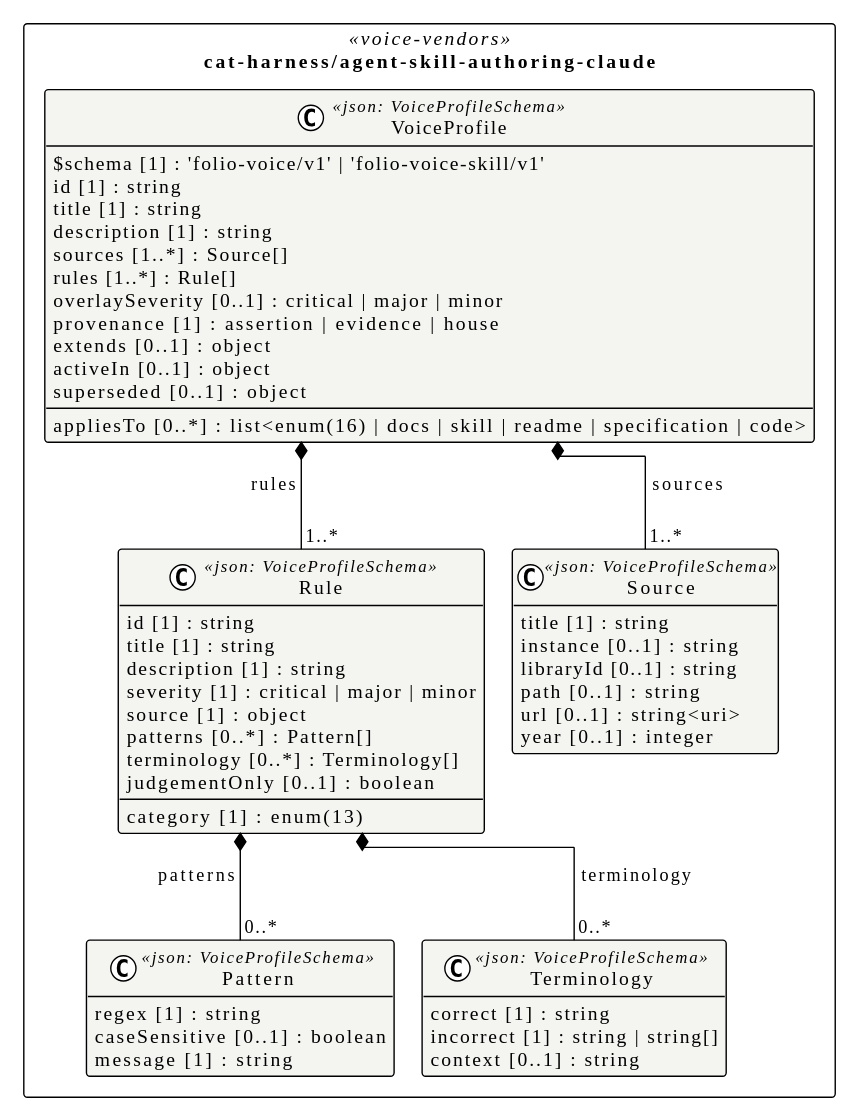
The PlantUML diagram assets/img/uml/overview/cat-harness/agent-skill-authoring-claude.svg in litlfred/smart-trust, before a commit.
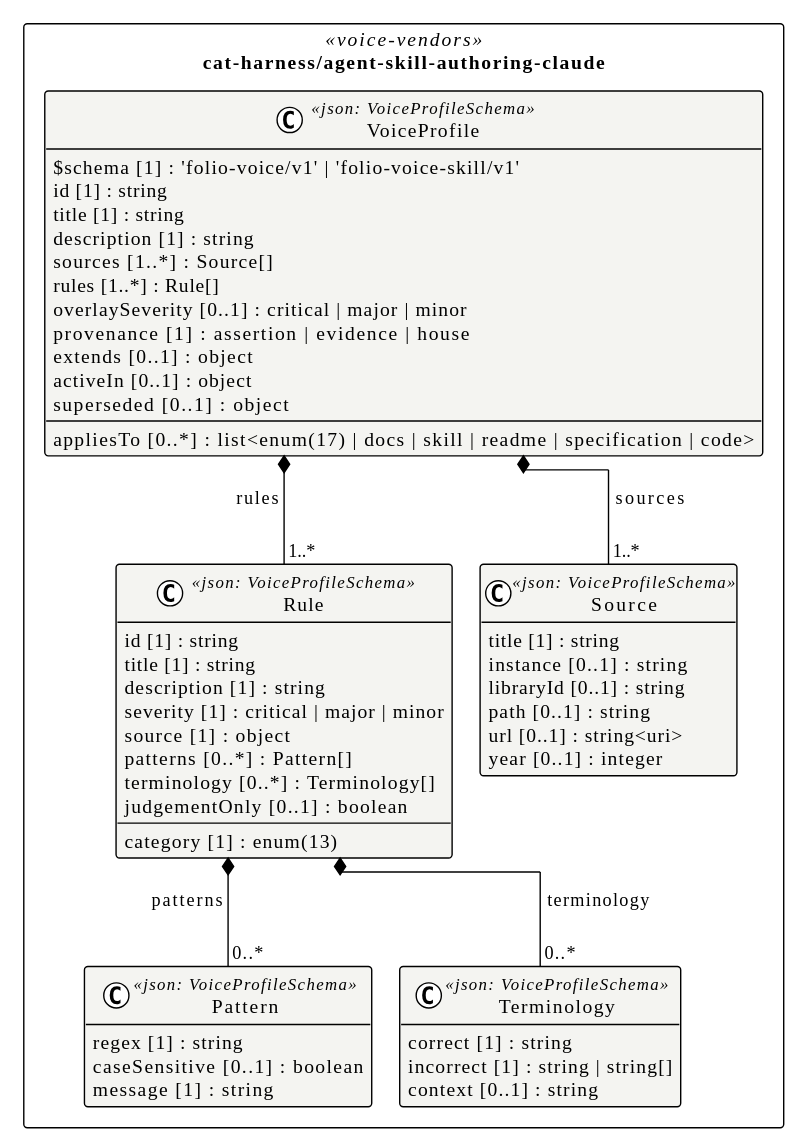
Later version of the same file.

Change to the diagram source:
```diff
@@ -44,7 +44,7 @@
     sources [1..*] : Source[]
     rules [1..*] : Rule[]
     overlaySeverity [0..1] : critical | major | minor
-    appliesTo [0..*] : list<enum(16) | docs | skill | readme | specification | code>
+    appliesTo [0..*] : list<enum(17) | docs | skill | readme | specification | code>
     provenance [1] : assertion | evidence | house
     extends [0..1] : object
     activeIn [0..1] : object
```
